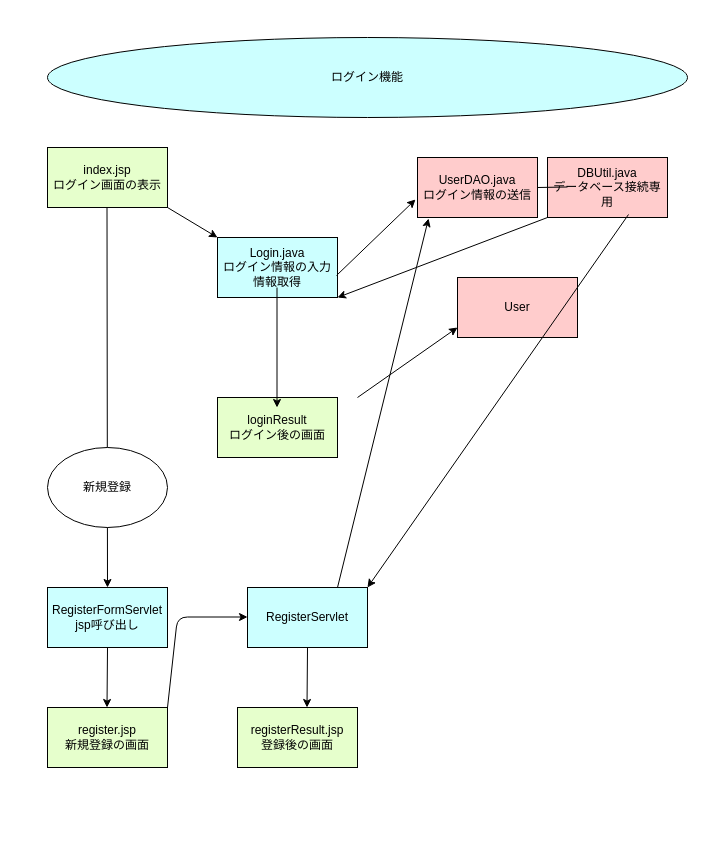
Before: drawio/login.drawio in MKcoder1002/kensakuapuri, a draw.io diagram. Source tidied: cells renumbered, new cells numbered last; positions are measured from the earlier drawing's top-left corner, leaving out a move shared by most shapes. Both pictures are drawn from the tidied source at 100%, with x=0, y=0 at pixel (47, 37).
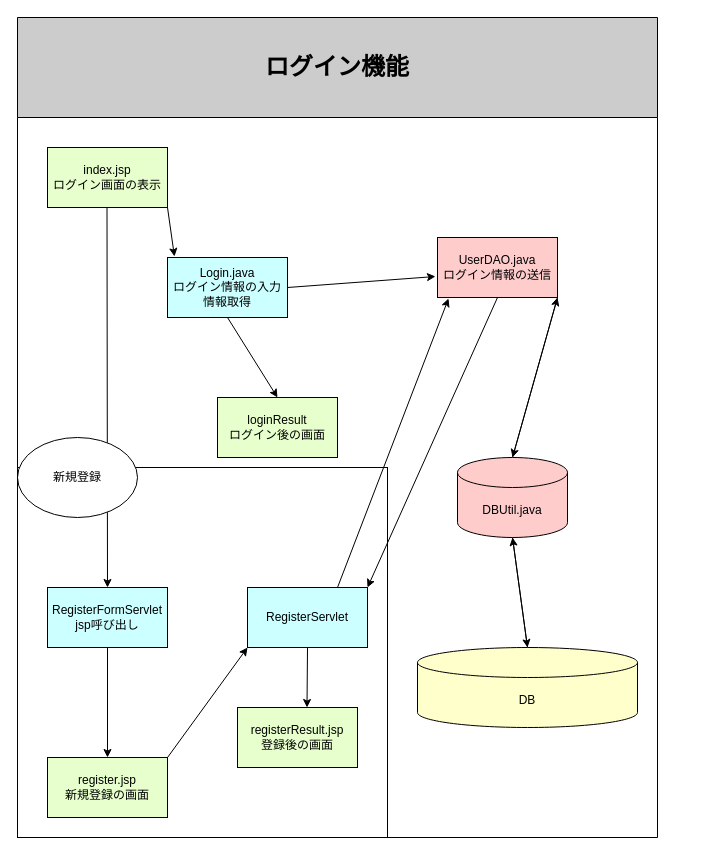
The same diagram, later.

Unchanged cells that the change refers to:
```xml
<mxCell id="7" value="loginResult&lt;div&gt;ログイン後の画面&lt;/div&gt;" style="rounded=0;whiteSpace=wrap;html=1;fillColor=#E6FFCC;" parent="1" vertex="1">
  <mxGeometry x="170" y="360" width="120" height="60" as="geometry" />
</mxCell>
<mxCell id="17" value="RegisterServlet" style="rounded=0;whiteSpace=wrap;html=1;fillColor=#CCFFFF;" parent="1" vertex="1">
  <mxGeometry x="200" y="550" width="120" height="60" as="geometry" />
</mxCell>
```

The edit, as a diff of the source:
```diff
@@
-    <mxCell id="2" value="UserDAO.java&lt;div&gt;ログイン情報の送信&lt;/div&gt;" style="rounded=0;whiteSpace=wrap;html=1;fillColor=#FFCCCC;" parent="1" vertex="1">
-      <mxGeometry x="370" y="120" width="120" height="60" as="geometry" />
-    </mxCell>
+    <mxCell id="26" style="whiteSpace=wrap;html=1;" parent="1" vertex="1">
+      <mxGeometry x="-30" y="430" width="370" height="370" as="geometry" />
+    </mxCell>
+    <mxCell id="27" style="edgeStyle=none;html=1;exitX=0.5;exitY=1;exitDx=0;exitDy=0;entryX=0.5;entryY=0;entryDx=0;entryDy=0;" parent="1" edge="1" source="3" target="7">
+      <mxGeometry relative="1" as="geometry" />
+    </mxCell>
     <mxCell id="3" value="Login.java&lt;div&gt;ログイン情報の入力情報取得&lt;/div&gt;" style="rounded=0;whiteSpace=wrap;html=1;fillColor=#CCFFFF;" parent="1" vertex="1">
-      <mxGeometry x="170" y="200" width="120" height="60" as="geometry" />
+      <mxGeometry x="120" y="220" width="120" height="60" as="geometry" />
     </mxCell>
-    <mxCell id="4" value="User" style="rounded=0;whiteSpace=wrap;html=1;fillColor=#FFCCCC;" parent="1" vertex="1">
-      <mxGeometry x="410" y="240" width="120" height="60" as="geometry" />
-    </mxCell>
-    <mxCell id="5" value="DBUtil.java&lt;div&gt;データベース接続専用&lt;/div&gt;" style="rounded=0;whiteSpace=wrap;html=1;fillColor=#FFCCCC;" parent="1" vertex="1">
-      <mxGeometry x="500" y="120" width="120" height="60" as="geometry" />
-    </mxCell>
@@
+    <mxCell id="28" style="edgeStyle=none;html=1;exitX=1;exitY=0;exitDx=0;exitDy=0;entryX=0;entryY=1;entryDx=0;entryDy=0;" parent="1" edge="1" source="8" target="17">
+      <mxGeometry relative="1" as="geometry" />
+    </mxCell>
     <mxCell id="8" value="register.jsp&lt;div&gt;新規登録の画面&lt;/div&gt;" style="rounded=0;whiteSpace=wrap;html=1;fillColor=#E6FFCC;" parent="1" vertex="1">
-      <mxGeometry y="670" width="120" height="60" as="geometry" />
+      <mxGeometry y="720" width="120" height="60" as="geometry" />
     </mxCell>
@@
-    <mxCell id="10" style="endArrow=classic;html=1;exitX=0.992;exitY=0.633;exitDx=0;exitDy=0;exitPerimeter=0;" parent="1" edge="1" source="3">
-      <mxGeometry relative="1" as="geometry">
-        <mxPoint x="368" y="162" as="targetPoint" />
-      </mxGeometry>
-    </mxCell>
-    <mxCell id="11" style="endArrow=classic;html=1;" parent="1" edge="1">
-      <mxGeometry relative="1" as="geometry">
-        <mxPoint x="229.5" y="250" as="sourcePoint" />
-        <mxPoint x="229.5" y="370" as="targetPoint" />
-      </mxGeometry>
-    </mxCell>
-    <mxCell id="12" style="endArrow=classic;html=1;" parent="1" edge="1">
-      <mxGeometry relative="1" as="geometry">
-        <mxPoint x="310" y="360" as="sourcePoint" />
-        <mxPoint x="410" y="290" as="targetPoint" />
-      </mxGeometry>
-    </mxCell>
-    <mxCell id="13" value="ログイン機能" style="ellipse;whiteSpace=wrap;html=1;fillColor=#CCFFFF;" parent="1" vertex="1">
-      <mxGeometry width="640" height="80" as="geometry" />
-    </mxCell>
-    <mxCell id="14" style="endArrow=classic;html=1;exitX=1;exitY=0.5;exitDx=0;exitDy=0;" parent="1" edge="1">
+    <mxCell id="14" style="endArrow=classic;html=1;exitX=1;exitY=0.5;exitDx=0;exitDy=0;entryX=0.058;entryY=-0.017;entryDx=0;entryDy=0;entryPerimeter=0;" parent="1" edge="1" target="3">
       <mxGeometry relative="1" as="geometry">
         <mxPoint x="120" y="170" as="sourcePoint" />
-        <mxPoint x="170" y="200" as="targetPoint" />
       </mxGeometry>
     </mxCell>
@@
     <mxCell id="18" value="新規登録" style="ellipse;whiteSpace=wrap;html=1;" parent="1" vertex="1">
-      <mxGeometry y="410" width="120" height="80" as="geometry" />
+      <mxGeometry x="-30" y="400" width="120" height="80" as="geometry" />
     </mxCell>
-    <mxCell id="19" style="endArrow=classic;html=1;exitX=1;exitY=0;exitDx=0;exitDy=0;" parent="1" edge="1" source="8">
-      <mxGeometry relative="1" as="geometry">
-        <mxPoint x="200" y="579.5" as="targetPoint" />
-        <Array as="points">
-          <mxPoint x="130" y="579.5" />
-        </Array>
-      </mxGeometry>
-    </mxCell>
@@
-    <mxCell id="21" style="endArrow=none;html=1;" parent="1" edge="1">
-      <mxGeometry relative="1" as="geometry">
-        <mxPoint x="490" y="150" as="sourcePoint" />
-        <mxPoint x="520" y="149.5" as="targetPoint" />
-      </mxGeometry>
-    </mxCell>
-    <mxCell id="22" style="endArrow=classic;html=1;" parent="1" edge="1">
+    <mxCell id="22" style="endArrow=classic;html=1;entryX=0.5;entryY=0;entryDx=0;entryDy=0;" parent="1" edge="1" target="8">
       <mxGeometry relative="1" as="geometry">
         <mxPoint x="60" y="610" as="sourcePoint" />
-        <mxPoint x="59.5" y="670" as="targetPoint" />
       </mxGeometry>
     </mxCell>
@@
-    <mxCell id="24" style="endArrow=classic;html=1;exitX=0.675;exitY=0.95;exitDx=0;exitDy=0;exitPerimeter=0;entryX=1;entryY=0;entryDx=0;entryDy=0;" parent="1" edge="1" source="5" target="17">
+    <mxCell id="24" style="endArrow=classic;html=1;exitX=0.5;exitY=1;exitDx=0;exitDy=0;entryX=1;entryY=0;entryDx=0;entryDy=0;" parent="1" edge="1" source="2" target="17">
       <mxGeometry relative="1" as="geometry" />
     </mxCell>
-    <mxCell id="25" style="endArrow=classic;html=1;entryX=1;entryY=1;entryDx=0;entryDy=0;" parent="1" edge="1" target="3">
-      <mxGeometry relative="1" as="geometry">
-        <mxPoint x="500" y="180" as="sourcePoint" />
-      </mxGeometry>
-    </mxCell>
+    <mxCell id="29" style="edgeStyle=none;html=1;exitX=1;exitY=0.5;exitDx=0;exitDy=0;entryX=-0.017;entryY=0.65;entryDx=0;entryDy=0;entryPerimeter=0;" parent="1" edge="1" source="3" target="2">
+      <mxGeometry relative="1" as="geometry" />
+    </mxCell>
+    <mxCell id="13" value="&lt;font style=&quot;font-size: 24px;&quot;&gt;ログイン機能&lt;/font&gt;" style="swimlane;whiteSpace=wrap;html=1;startSize=100;fillColor=#CCCCCC;" parent="1" vertex="1">
+      <mxGeometry x="-30" y="-20" width="640" height="820" as="geometry" />
+    </mxCell>
+    <mxCell id="2" value="UserDAO.java&lt;div&gt;ログイン情報の送信&lt;/div&gt;" style="rounded=0;whiteSpace=wrap;html=1;fillColor=#FFCCCC;" parent="13" vertex="1">
+      <mxGeometry x="420" y="220" width="120" height="60" as="geometry" />
+    </mxCell>
+    <mxCell id="30" style="edgeStyle=none;html=1;exitX=0.5;exitY=0;exitDx=0;exitDy=0;exitPerimeter=0;" parent="13" edge="1" source="31">
+      <mxGeometry relative="1" as="geometry">
+        <mxPoint x="540" y="280" as="targetPoint" />
+      </mxGeometry>
+    </mxCell>
+    <mxCell id="31" value="DBUtil.java" style="shape=cylinder3;whiteSpace=wrap;html=1;boundedLbl=1;backgroundOutline=1;size=15;fillColor=#FFCCCC;" parent="13" vertex="1">
+      <mxGeometry x="440" y="440" width="110" height="80" as="geometry" />
+    </mxCell>
+    <mxCell id="32" value="DB" style="shape=cylinder3;whiteSpace=wrap;html=1;boundedLbl=1;backgroundOutline=1;size=15;fillColor=#FFFFCC;" parent="13" vertex="1">
+      <mxGeometry x="400" y="630" width="220" height="80" as="geometry" />
+    </mxCell>
+    <mxCell id="33" style="edgeStyle=none;html=1;exitX=0.5;exitY=0;exitDx=0;exitDy=0;exitPerimeter=0;entryX=0.5;entryY=1;entryDx=0;entryDy=0;entryPerimeter=0;" parent="13" edge="1" source="32" target="31">
+      <mxGeometry relative="1" as="geometry" />
+    </mxCell>
+    <mxCell id="34" style="edgeStyle=none;html=1;exitX=1;exitY=1;exitDx=0;exitDy=0;entryX=0.5;entryY=0;entryDx=0;entryDy=0;entryPerimeter=0;" parent="13" edge="1" source="2" target="31">
+      <mxGeometry relative="1" as="geometry" />
+    </mxCell>
+    <mxCell id="35" style="edgeStyle=none;html=1;exitX=0.5;exitY=1;exitDx=0;exitDy=0;exitPerimeter=0;entryX=0.5;entryY=0;entryDx=0;entryDy=0;entryPerimeter=0;" parent="13" edge="1" source="31" target="32">
+      <mxGeometry relative="1" as="geometry" />
+    </mxCell>
```
